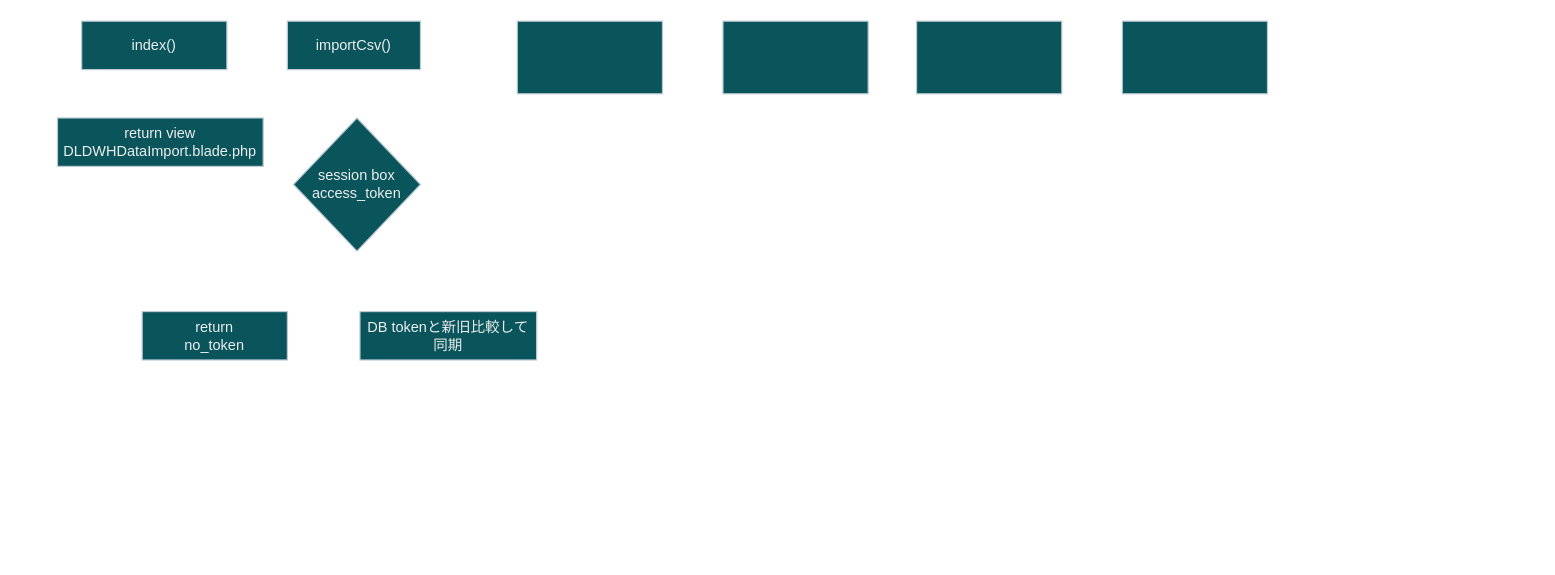
Above: page "ページ-2" (2 of 4) of 全体フロー.drawio in winngwephyo9/TestingNote (draw.io), before the change. Source tidied: cells renumbered, new cells numbered last; positions are measured from the earlier drawing's top-left corner, leaving out a move shared by most shapes. Both pictures are drawn from the tidied source at 121%, with x=0, y=0 at pixel (57, 21).
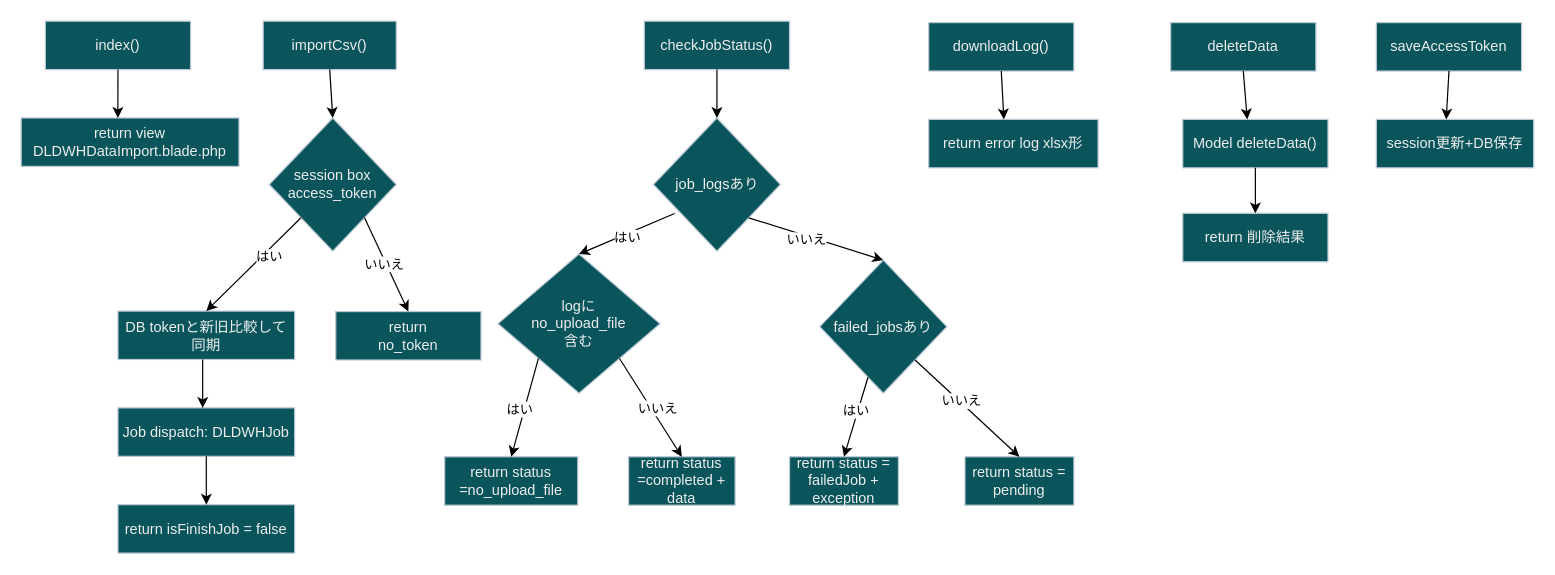
The same diagram, later.

Commit message:
全体フロー.drawio を更新

Change to the diagram source:
```diff
@@
-    <mxCell id="2" value="index()" style="rounded=0;whiteSpace=wrap;html=1;strokeColor=#BAC8D3;fontColor=#EEEEEE;fillColor=#09555B;" parent="1" vertex="1">
-      <mxGeometry x="20" width="120" height="40" as="geometry" />
+    <mxCell id="2" value="index()" style="rounded=0;whiteSpace=wrap;html=1;strokeColor=#BAC8D3;fontColor=#EEEEEE;fillColor=light-dark(#09555B,#66FF66);" parent="1" vertex="1">
+      <mxGeometry x="-10" width="120" height="40" as="geometry" />
     </mxCell>
-    <mxCell id="3" value="importCsv()" style="rounded=0;whiteSpace=wrap;html=1;strokeColor=#BAC8D3;fontColor=#EEEEEE;fillColor=#09555B;" parent="1" vertex="1">
-      <mxGeometry x="190" width="110" height="40" as="geometry" />
+    <mxCell id="3" value="importCsv()" style="rounded=0;whiteSpace=wrap;html=1;strokeColor=#BAC8D3;fontColor=#EEEEEE;fillColor=light-dark(#09555B,#66FF66);" parent="1" vertex="1">
+      <mxGeometry x="170" width="110" height="40" as="geometry" />
     </mxCell>
-    <mxCell id="4" style="rounded=0;whiteSpace=wrap;html=1;strokeColor=#BAC8D3;fontColor=#EEEEEE;fillColor=#09555B;" parent="1" vertex="1">
-      <mxGeometry x="380" width="120" height="60" as="geometry" />
+    <mxCell id="4" value="checkJobStatus()" style="rounded=0;whiteSpace=wrap;html=1;strokeColor=#BAC8D3;fontColor=#EEEEEE;fillColor=light-dark(#09555B,#66FF66);" parent="1" vertex="1">
+      <mxGeometry x="485" width="120" height="40" as="geometry" />
     </mxCell>
-    <mxCell id="5" style="rounded=0;whiteSpace=wrap;html=1;strokeColor=#BAC8D3;fontColor=#EEEEEE;fillColor=#09555B;" parent="1" vertex="1">
-      <mxGeometry x="550" width="120" height="60" as="geometry" />
-    </mxCell>
-    <mxCell id="6" style="rounded=0;whiteSpace=wrap;html=1;strokeColor=#BAC8D3;fontColor=#EEEEEE;fillColor=#09555B;" parent="1" vertex="1">
-      <mxGeometry x="710" width="120" height="60" as="geometry" />
-    </mxCell>
-    <mxCell id="7" style="rounded=0;whiteSpace=wrap;html=1;strokeColor=#BAC8D3;fontColor=#EEEEEE;fillColor=#09555B;" parent="1" vertex="1">
-      <mxGeometry x="880" width="120" height="60" as="geometry" />
-    </mxCell>
-    <mxCell id="8" value="return view&lt;br&gt;DLDWHDataImport.blade.php" style="rounded=0;whiteSpace=wrap;html=1;strokeColor=#BAC8D3;fontColor=#EEEEEE;fillColor=#09555B;" parent="1" vertex="1">
-      <mxGeometry y="80" width="170" height="40" as="geometry" />
+    <mxCell id="8" value="return view&lt;br&gt;DLDWHDataImport.blade.php" style="rounded=0;whiteSpace=wrap;html=1;strokeColor=#BAC8D3;fontColor=#EEEEEE;fillColor=light-dark(#09555B,#66FF66);" parent="1" vertex="1">
+      <mxGeometry x="-30" y="80" width="180" height="40" as="geometry" />
     </mxCell>
-    <mxCell id="9" value="session box access_token" style="rhombus;whiteSpace=wrap;html=1;strokeColor=#BAC8D3;fontColor=#EEEEEE;fillColor=#09555B;" parent="1" vertex="1">
-      <mxGeometry x="195" y="80" width="105" height="110" as="geometry" />
+    <mxCell id="9" value="session box access_token" style="rhombus;whiteSpace=wrap;html=1;strokeColor=#BAC8D3;fontColor=#EEEEEE;fillColor=light-dark(#09555B,#66FF66);" parent="1" vertex="1">
+      <mxGeometry x="175" y="80" width="105" height="110" as="geometry" />
     </mxCell>
-    <mxCell id="10" value="return&lt;br&gt;no_token" style="rounded=0;whiteSpace=wrap;html=1;strokeColor=#BAC8D3;fontColor=#EEEEEE;fillColor=#09555B;" parent="1" vertex="1">
-      <mxGeometry x="70" y="240" width="120" height="40" as="geometry" />
+    <mxCell id="10" value="return&lt;br&gt;no_token" style="rounded=0;whiteSpace=wrap;html=1;strokeColor=#BAC8D3;fontColor=#EEEEEE;fillColor=light-dark(#09555B,#66FF66);" parent="1" vertex="1">
+      <mxGeometry x="230" y="240" width="120" height="40" as="geometry" />
     </mxCell>
-    <mxCell id="11" value="DB tokenと新旧比較して同期" style="rounded=0;whiteSpace=wrap;html=1;strokeColor=#BAC8D3;fontColor=#EEEEEE;fillColor=#09555B;" parent="1" vertex="1">
-      <mxGeometry x="250" y="240" width="146" height="40" as="geometry" />
+    <mxCell id="11" value="DB tokenと新旧比較して同期" style="rounded=0;whiteSpace=wrap;html=1;strokeColor=#BAC8D3;fontColor=#EEEEEE;fillColor=light-dark(#09555B,#66FF66);" parent="1" vertex="1">
+      <mxGeometry x="50" y="239.6" width="146" height="40" as="geometry" />
     </mxCell>
+    <mxCell id="12" value="Job dispatch: DLDWHJob" style="rounded=0;whiteSpace=wrap;html=1;strokeColor=#BAC8D3;fontColor=#EEEEEE;fillColor=light-dark(#09555B,#66FF66);" parent="1" vertex="1">
+      <mxGeometry x="50" y="319.6" width="146" height="40" as="geometry" />
+    </mxCell>
+    <mxCell id="13" value="return isFinishJob = false" style="rounded=0;whiteSpace=wrap;html=1;strokeColor=#BAC8D3;fontColor=#EEEEEE;fillColor=light-dark(#09555B,#66FF66);" parent="1" vertex="1">
+      <mxGeometry x="50" y="399.6" width="146" height="40" as="geometry" />
+    </mxCell>
+    <mxCell id="14" style="endArrow=classic;html=1;rounded=0;entryX=0.5;entryY=0;entryDx=0;entryDy=0;exitX=0.5;exitY=1;exitDx=0;exitDy=0;fillColor=light-dark(#09555B,#66FF66);" parent="1" edge="1" source="12" target="13">
+      <mxGeometry relative="1" as="geometry" />
+    </mxCell>
+    <mxCell id="15" style="endArrow=classic;html=1;rounded=0;fillColor=light-dark(#09555B,#66FF66);" parent="1" edge="1">
+      <mxGeometry relative="1" as="geometry">
+        <mxPoint x="120" y="279.6" as="sourcePoint" />
+        <mxPoint x="120" y="319.6" as="targetPoint" />
+        <Array as="points">
+          <mxPoint x="120" y="319.6" />
+        </Array>
+      </mxGeometry>
+    </mxCell>
+    <mxCell id="16" style="endArrow=classic;html=1;rounded=0;entryX=0.5;entryY=0;entryDx=0;entryDy=0;exitX=0;exitY=1;exitDx=0;exitDy=0;fillColor=light-dark(#09555B,#66FF66);" parent="1" edge="1" source="9" target="11">
+      <mxGeometry relative="1" as="geometry" />
+    </mxCell>
+    <mxCell id="17" value="はい" style="edgeLabel;html=1;align=center;verticalAlign=middle;fillColor=light-dark(#09555B,#66FF66);" parent="16" vertex="1">
+      <mxGeometry x="-0.23" y="4" relative="1" as="geometry" />
+    </mxCell>
+    <mxCell id="18" style="endArrow=classic;html=1;rounded=0;entryX=0.5;entryY=0;entryDx=0;entryDy=0;exitX=1;exitY=1;exitDx=0;exitDy=0;fillColor=light-dark(#09555B,#66FF66);" parent="1" edge="1" source="9" target="10">
+      <mxGeometry relative="1" as="geometry" />
+    </mxCell>
+    <mxCell id="19" value="いいえ" style="edgeLabel;html=1;align=center;verticalAlign=middle;fillColor=light-dark(#09555B,#66FF66);" parent="18" vertex="1">
+      <mxGeometry x="-0.04" y="-2" relative="1" as="geometry" />
+    </mxCell>
+    <mxCell id="20" style="endArrow=classic;html=1;rounded=0;exitX=0.5;exitY=1;exitDx=0;exitDy=0;entryX=0.5;entryY=0;entryDx=0;entryDy=0;fillColor=light-dark(#09555B,#66FF66);" parent="1" edge="1" source="3" target="9">
+      <mxGeometry relative="1" as="geometry" />
+    </mxCell>
+    <mxCell id="21" style="endArrow=classic;html=1;rounded=0;entryX=0.444;entryY=0;entryDx=0;entryDy=0;exitX=0.5;exitY=1;exitDx=0;exitDy=0;entryPerimeter=0;fillColor=light-dark(#09555B,#66FF66);" parent="1" edge="1" source="2" target="8">
+      <mxGeometry relative="1" as="geometry" />
+    </mxCell>
+    <mxCell id="22" value="job_logsあり" style="rhombus;whiteSpace=wrap;html=1;strokeColor=#BAC8D3;fontColor=#EEEEEE;fillColor=light-dark(#09555B,#66FF66);" parent="1" vertex="1">
+      <mxGeometry x="492.5" y="80" width="105" height="110" as="geometry" />
+    </mxCell>
+    <mxCell id="23" value="failed_jobsあり" style="rhombus;whiteSpace=wrap;html=1;strokeColor=#BAC8D3;fontColor=#EEEEEE;fillColor=light-dark(#09555B,#66FF66);" parent="1" vertex="1">
+      <mxGeometry x="630" y="197.5" width="105" height="110" as="geometry" />
+    </mxCell>
+    <mxCell id="24" value="return status = failedJob + exception" style="rounded=0;whiteSpace=wrap;html=1;strokeColor=#BAC8D3;fontColor=#EEEEEE;fillColor=light-dark(#09555B,#66FF66);" parent="1" vertex="1">
+      <mxGeometry x="605" y="360" width="90" height="40" as="geometry" />
+    </mxCell>
+    <mxCell id="25" value="return status = pending" style="rounded=0;whiteSpace=wrap;html=1;strokeColor=#BAC8D3;fontColor=#EEEEEE;fillColor=light-dark(#09555B,#66FF66);" parent="1" vertex="1">
+      <mxGeometry x="750" y="360" width="90" height="40" as="geometry" />
+    </mxCell>
+    <mxCell id="26" value="logに&lt;br&gt;no_upload_file&lt;br&gt;含む" style="rhombus;whiteSpace=wrap;html=1;strokeColor=#BAC8D3;fontColor=#EEEEEE;fillColor=light-dark(#09555B,#66FF66);" parent="1" vertex="1">
+      <mxGeometry x="364" y="192.5" width="134" height="115" as="geometry" />
+    </mxCell>
+    <mxCell id="27" value="return status =no_upload_file" style="rounded=0;whiteSpace=wrap;html=1;strokeColor=#BAC8D3;fontColor=#EEEEEE;fillColor=light-dark(#09555B,#66FF66);" parent="1" vertex="1">
+      <mxGeometry x="320" y="360" width="110" height="40" as="geometry" />
+    </mxCell>
+    <mxCell id="28" value="return status =completed + data" style="rounded=0;whiteSpace=wrap;html=1;strokeColor=#BAC8D3;fontColor=#EEEEEE;fillColor=light-dark(#09555B,#66FF66);" parent="1" vertex="1">
+      <mxGeometry x="472" y="360" width="88" height="40" as="geometry" />
+    </mxCell>
+    <mxCell id="29" style="endArrow=classic;html=1;rounded=0;entryX=0.5;entryY=0;entryDx=0;entryDy=0;exitX=0.5;exitY=1;exitDx=0;exitDy=0;fillColor=light-dark(#09555B,#66FF66);" parent="1" edge="1" source="4" target="22">
+      <mxGeometry relative="1" as="geometry" />
+    </mxCell>
+    <mxCell id="30" style="endArrow=classic;html=1;rounded=0;entryX=0.5;entryY=0;entryDx=0;entryDy=0;exitX=0.167;exitY=0.718;exitDx=0;exitDy=0;exitPerimeter=0;fillColor=light-dark(#09555B,#66FF66);" parent="1" edge="1" source="22" target="26">
+      <mxGeometry relative="1" as="geometry" />
+    </mxCell>
+    <mxCell id="31" value="はい" style="edgeLabel;html=1;align=center;verticalAlign=middle;fillColor=light-dark(#09555B,#66FF66);" parent="30" vertex="1">
+      <mxGeometry x="0.03" y="2" relative="1" as="geometry" />
+    </mxCell>
+    <mxCell id="32" style="endArrow=classic;html=1;rounded=0;entryX=0.5;entryY=0;entryDx=0;entryDy=0;exitX=1;exitY=1;exitDx=0;exitDy=0;fillColor=light-dark(#09555B,#66FF66);" parent="1" edge="1" source="22" target="23">
+      <mxGeometry relative="1" as="geometry" />
+    </mxCell>
+    <mxCell id="33" value="いいえ" style="edgeLabel;html=1;align=center;verticalAlign=middle;fillColor=light-dark(#09555B,#66FF66);" parent="32" vertex="1">
+      <mxGeometry x="-0.15" y="-3" relative="1" as="geometry" />
+    </mxCell>
+    <mxCell id="34" style="endArrow=classic;html=1;rounded=0;entryX=0.5;entryY=0;entryDx=0;entryDy=0;exitX=0;exitY=1;exitDx=0;exitDy=0;fillColor=light-dark(#09555B,#66FF66);" parent="1" edge="1" source="26" target="27">
+      <mxGeometry relative="1" as="geometry" />
+    </mxCell>
+    <mxCell id="35" value="はい" style="edgeLabel;html=1;align=center;verticalAlign=middle;fillColor=light-dark(#09555B,#66FF66);" parent="34" vertex="1">
+      <mxGeometry x="0.04" y="-4" relative="1" as="geometry" />
+    </mxCell>
+    <mxCell id="36" style="endArrow=classic;html=1;rounded=0;entryX=0.5;entryY=0;entryDx=0;entryDy=0;exitX=1;exitY=1;exitDx=0;exitDy=0;fillColor=light-dark(#09555B,#66FF66);" parent="1" edge="1" source="26" target="28">
+      <mxGeometry relative="1" as="geometry" />
+    </mxCell>
+    <mxCell id="37" value="いいえ" style="edgeLabel;html=1;align=center;verticalAlign=middle;fillColor=light-dark(#09555B,#66FF66);" parent="36" vertex="1">
+      <mxGeometry x="0.07" y="5" relative="1" as="geometry">
+        <mxPoint x="-1" as="offset" />
+      </mxGeometry>
+    </mxCell>
+    <mxCell id="38" style="endArrow=classic;html=1;rounded=0;entryX=0.5;entryY=0;entryDx=0;entryDy=0;fillColor=light-dark(#09555B,#66FF66);" parent="1" edge="1" source="23" target="24">
+      <mxGeometry relative="1" as="geometry" />
+    </mxCell>
+    <mxCell id="39" value="はい" style="edgeLabel;html=1;align=center;verticalAlign=middle;fillColor=light-dark(#09555B,#66FF66);" parent="38" vertex="1">
+      <mxGeometry x="-0.17" y="-2" relative="1" as="geometry">
+        <mxPoint y="1" as="offset" />
+      </mxGeometry>
+    </mxCell>
+    <mxCell id="40" style="endArrow=classic;html=1;rounded=0;entryX=0.5;entryY=0;entryDx=0;entryDy=0;exitX=1;exitY=1;exitDx=0;exitDy=0;fillColor=light-dark(#09555B,#66FF66);" parent="1" edge="1" source="23" target="25">
+      <mxGeometry relative="1" as="geometry" />
+    </mxCell>
+    <mxCell id="41" value="いいえ" style="edgeLabel;html=1;align=center;verticalAlign=middle;fillColor=light-dark(#09555B,#66FF66);" parent="40" vertex="1">
+      <mxGeometry x="-0.13" y="1" relative="1" as="geometry" />
+    </mxCell>
+    <mxCell id="42" value="downloadLog()" style="rounded=0;whiteSpace=wrap;html=1;strokeColor=#BAC8D3;fontColor=#EEEEEE;fillColor=light-dark(#09555B,#66FF66);" parent="1" vertex="1">
+      <mxGeometry x="720" y="1.2" width="120" height="40" as="geometry" />
+    </mxCell>
+    <mxCell id="43" value="return error log xlsx形" style="rounded=0;whiteSpace=wrap;html=1;strokeColor=#BAC8D3;fontColor=#EEEEEE;fillColor=light-dark(#09555B,#66FF66);" parent="1" vertex="1">
+      <mxGeometry x="720" y="81.2" width="140" height="40" as="geometry" />
+    </mxCell>
+    <mxCell id="44" style="endArrow=classic;html=1;rounded=0;entryX=0.444;entryY=0;entryDx=0;entryDy=0;exitX=0.5;exitY=1;exitDx=0;exitDy=0;entryPerimeter=0;fillColor=light-dark(#09555B,#66FF66);" parent="1" edge="1" source="42" target="43">
+      <mxGeometry relative="1" as="geometry" />
+    </mxCell>
+    <mxCell id="45" value="deleteData" style="rounded=0;whiteSpace=wrap;html=1;strokeColor=#BAC8D3;fontColor=#EEEEEE;fillColor=light-dark(#09555B,#66FF66);" parent="1" vertex="1">
+      <mxGeometry x="920" y="1.2" width="120" height="40" as="geometry" />
+    </mxCell>
+    <mxCell id="46" value="Model deleteData()" style="rounded=0;whiteSpace=wrap;html=1;strokeColor=#BAC8D3;fontColor=#EEEEEE;fillColor=light-dark(#09555B,#66FF66);" parent="1" vertex="1">
+      <mxGeometry x="930" y="81.2" width="120" height="40" as="geometry" />
+    </mxCell>
+    <mxCell id="47" style="endArrow=classic;html=1;rounded=0;entryX=0.444;entryY=0;entryDx=0;entryDy=0;exitX=0.5;exitY=1;exitDx=0;exitDy=0;entryPerimeter=0;fillColor=light-dark(#09555B,#66FF66);" parent="1" edge="1" source="45" target="46">
+      <mxGeometry relative="1" as="geometry" />
+    </mxCell>
+    <mxCell id="48" value="saveAccessToken" style="rounded=0;whiteSpace=wrap;html=1;strokeColor=#BAC8D3;fontColor=#EEEEEE;fillColor=light-dark(#09555B,#66FF66);" parent="1" vertex="1">
+      <mxGeometry x="1090" y="1.2" width="120" height="40" as="geometry" />
+    </mxCell>
+    <mxCell id="49" value="session更新+DB保存" style="rounded=0;whiteSpace=wrap;html=1;strokeColor=#BAC8D3;fontColor=#EEEEEE;fillColor=light-dark(#09555B,#66FF66);" parent="1" vertex="1">
+      <mxGeometry x="1090" y="81.2" width="130" height="40" as="geometry" />
+    </mxCell>
+    <mxCell id="50" style="endArrow=classic;html=1;rounded=0;entryX=0.444;entryY=0;entryDx=0;entryDy=0;exitX=0.5;exitY=1;exitDx=0;exitDy=0;entryPerimeter=0;fillColor=light-dark(#09555B,#66FF66);" parent="1" edge="1" source="48" target="49">
+      <mxGeometry relative="1" as="geometry" />
+    </mxCell>
+    <mxCell id="51" value="return 削除結果" style="rounded=0;whiteSpace=wrap;html=1;strokeColor=#BAC8D3;fontColor=#EEEEEE;fillColor=light-dark(#09555B,#66FF66);" parent="1" vertex="1">
+      <mxGeometry x="930" y="158.8" width="120" height="40" as="geometry" />
+    </mxCell>
+    <mxCell id="52" style="endArrow=classic;html=1;rounded=0;entryX=0.5;entryY=0;entryDx=0;entryDy=0;fillColor=light-dark(#09555B,#66FF66);" parent="1" edge="1" target="51">
+      <mxGeometry relative="1" as="geometry">
+        <mxPoint x="990" y="121.2" as="sourcePoint" />
+      </mxGeometry>
+    </mxCell>
```
